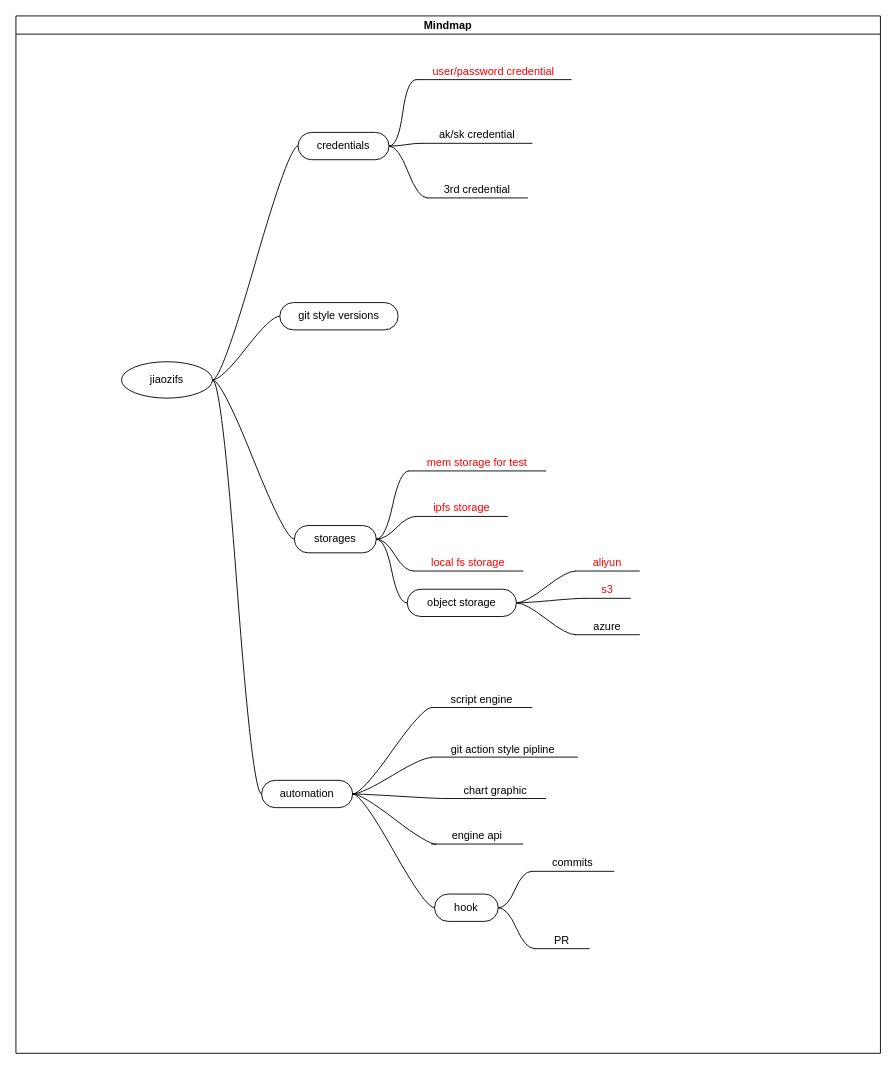
The draw.io diagram jiaozifs_mind.drawio in hunjixin/charts, before the edit. Source tidied: cells renumbered, new cells numbered last; positions are measured from the earlier drawing's top-left corner, leaving out a move shared by most shapes. Both pictures are drawn from the tidied source at 91%, with x=0, y=0 at pixel (15, 15).
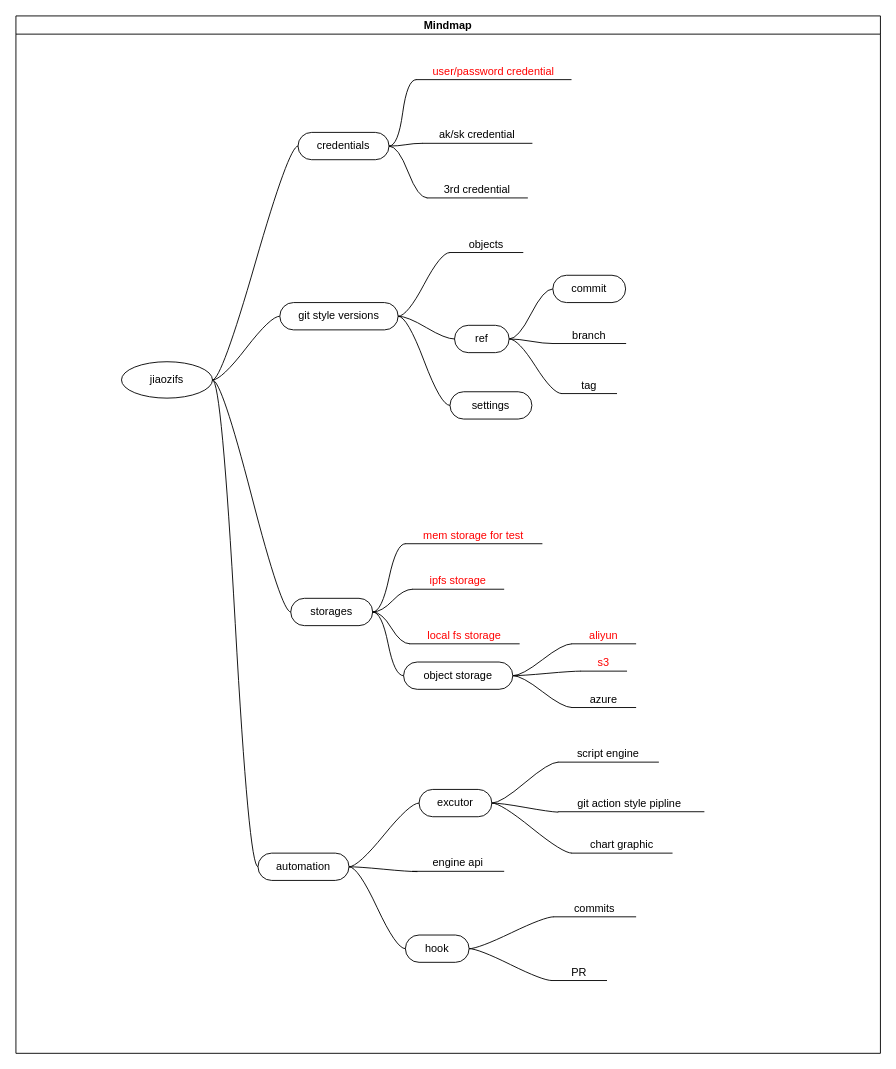
Above is the later version.

The change refers to these unchanged cells:
```xml
<mxCell id="2" value="Mindmap" style="swimlane;startSize=20;horizontal=1;containerType=tree;" parent="1" vertex="1">
  <mxGeometry width="950" height="1140" as="geometry" />
</mxCell>
<mxCell id="10" value="git style versions" style="whiteSpace=wrap;html=1;rounded=1;arcSize=50;align=center;verticalAlign=middle;strokeWidth=1;spacing=4;newEdgeStyle={&quot;edgeStyle&quot;:&quot;entityRelationEdgeStyle&quot;,&quot;startArrow&quot;:&quot;none&quot;,&quot;endArrow&quot;:&quot;none&quot;,&quot;segment&quot;:10,&quot;curved&quot;:1,&quot;sourcePerimeterSpacing&quot;:0,&quot;targetPerimeterSpacing&quot;:0};" parent="2" vertex="1">
  <mxGeometry x="290" y="315" width="130" height="30" as="geometry" />
</mxCell>
```

Diff of the diagram source:
```diff
@@
     <mxCell id="8" value="storages" style="whiteSpace=wrap;html=1;rounded=1;arcSize=50;align=center;verticalAlign=middle;strokeWidth=1;spacing=4;newEdgeStyle={&quot;edgeStyle&quot;:&quot;entityRelationEdgeStyle&quot;,&quot;startArrow&quot;:&quot;none&quot;,&quot;endArrow&quot;:&quot;none&quot;,&quot;segment&quot;:10,&quot;curved&quot;:1,&quot;sourcePerimeterSpacing&quot;:0,&quot;targetPerimeterSpacing&quot;:0};" parent="2" vertex="1">
-      <mxGeometry x="306" y="560" width="90" height="30" as="geometry" />
+      <mxGeometry x="302" y="640" width="90" height="30" as="geometry" />
     </mxCell>
@@
+    <mxCell id="46" style="edgeStyle=entityRelationEdgeStyle;rounded=0;jettySize=auto;html=1;startArrow=none;endArrow=none;segment=10;curved=1;sourcePerimeterSpacing=0;targetPerimeterSpacing=0;exitX=1;exitY=0.5;exitDx=0;exitDy=0;entryX=0;entryY=1;entryDx=0;entryDy=0;" parent="2" edge="1" source="56" target="51">
+      <mxGeometry relative="1" as="geometry" />
+    </mxCell>
+    <mxCell id="47" style="edgeStyle=entityRelationEdgeStyle;rounded=0;jettySize=auto;html=1;startArrow=none;endArrow=none;segment=10;curved=1;sourcePerimeterSpacing=0;targetPerimeterSpacing=0;entryX=0;entryY=1;entryDx=0;entryDy=0;exitX=1;exitY=0.5;exitDx=0;exitDy=0;" parent="2" edge="1" source="56" target="52">
+      <mxGeometry relative="1" as="geometry" />
+    </mxCell>
+    <mxCell id="48" style="edgeStyle=entityRelationEdgeStyle;rounded=0;jettySize=auto;html=1;startArrow=none;endArrow=none;segment=10;curved=1;sourcePerimeterSpacing=0;targetPerimeterSpacing=0;exitX=1;exitY=0.5;exitDx=0;exitDy=0;entryX=0;entryY=1;entryDx=0;entryDy=0;" parent="2" edge="1" source="10" target="53">
+      <mxGeometry relative="1" as="geometry" />
+    </mxCell>
@@
-    <mxCell id="11" style="edgeStyle=entityRelationEdgeStyle;rounded=0;jettySize=auto;html=1;startArrow=none;endArrow=none;segment=10;curved=1;sourcePerimeterSpacing=0;targetPerimeterSpacing=0;exitX=1;exitY=0.5;exitDx=0;exitDy=0;entryX=0;entryY=1;entryDx=0;entryDy=0;" parent="2" edge="1" source="12" target="44">
-      <mxGeometry relative="1" as="geometry" />
-    </mxCell>
     <mxCell id="12" value="automation" style="whiteSpace=wrap;html=1;rounded=1;arcSize=50;align=center;verticalAlign=middle;strokeWidth=1;spacing=4;newEdgeStyle={&quot;edgeStyle&quot;:&quot;entityRelationEdgeStyle&quot;,&quot;startArrow&quot;:&quot;none&quot;,&quot;endArrow&quot;:&quot;none&quot;,&quot;segment&quot;:10,&quot;curved&quot;:1,&quot;sourcePerimeterSpacing&quot;:0,&quot;targetPerimeterSpacing&quot;:0};" parent="2" vertex="1">
-      <mxGeometry x="270" y="840" width="100" height="30" as="geometry" />
+      <mxGeometry x="266" y="920" width="100" height="30" as="geometry" />
     </mxCell>
@@
     <mxCell id="20" value="&lt;font color=&quot;#ff0000&quot;&gt;mem storage for test&lt;/font&gt;" style="whiteSpace=wrap;html=1;shape=partialRectangle;top=0;left=0;bottom=1;right=0;points=[[0,1],[1,1]];fillColor=none;align=center;verticalAlign=bottom;routingCenterY=0.5;snapToPoint=1;newEdgeStyle={&quot;edgeStyle&quot;:&quot;entityRelationEdgeStyle&quot;,&quot;startArrow&quot;:&quot;none&quot;,&quot;endArrow&quot;:&quot;none&quot;,&quot;segment&quot;:10,&quot;curved&quot;:1,&quot;sourcePerimeterSpacing&quot;:0,&quot;targetPerimeterSpacing&quot;:0};" parent="2" vertex="1">
-      <mxGeometry x="432" y="470" width="150" height="30" as="geometry" />
+      <mxGeometry x="428" y="550" width="150" height="30" as="geometry" />
     </mxCell>
@@
     <mxCell id="22" value="&lt;font color=&quot;#ff0000&quot;&gt;local fs storage&lt;/font&gt;" style="whiteSpace=wrap;html=1;shape=partialRectangle;top=0;left=0;bottom=1;right=0;points=[[0,1],[1,1]];fillColor=none;align=center;verticalAlign=bottom;routingCenterY=0.5;snapToPoint=1;newEdgeStyle={&quot;edgeStyle&quot;:&quot;entityRelationEdgeStyle&quot;,&quot;startArrow&quot;:&quot;none&quot;,&quot;endArrow&quot;:&quot;none&quot;,&quot;segment&quot;:10,&quot;curved&quot;:1,&quot;sourcePerimeterSpacing&quot;:0,&quot;targetPerimeterSpacing&quot;:0};" parent="2" vertex="1">
-      <mxGeometry x="437" y="580" width="120" height="30" as="geometry" />
+      <mxGeometry x="433" y="660" width="120" height="30" as="geometry" />
     </mxCell>
@@
     <mxCell id="24" value="&lt;font color=&quot;#ff0000&quot;&gt;aliyun&lt;/font&gt;" style="whiteSpace=wrap;html=1;shape=partialRectangle;top=0;left=0;bottom=1;right=0;points=[[0,1],[1,1]];fillColor=none;align=center;verticalAlign=bottom;routingCenterY=0.5;snapToPoint=1;newEdgeStyle={&quot;edgeStyle&quot;:&quot;entityRelationEdgeStyle&quot;,&quot;startArrow&quot;:&quot;none&quot;,&quot;endArrow&quot;:&quot;none&quot;,&quot;segment&quot;:10,&quot;curved&quot;:1,&quot;sourcePerimeterSpacing&quot;:0,&quot;targetPerimeterSpacing&quot;:0};" parent="2" vertex="1">
-      <mxGeometry x="615" y="580" width="70" height="30" as="geometry" />
+      <mxGeometry x="611" y="660" width="70" height="30" as="geometry" />
     </mxCell>
@@
     <mxCell id="27" value="object storage" style="whiteSpace=wrap;html=1;rounded=1;arcSize=50;align=center;verticalAlign=middle;strokeWidth=1;spacing=4;newEdgeStyle={&quot;edgeStyle&quot;:&quot;entityRelationEdgeStyle&quot;,&quot;startArrow&quot;:&quot;none&quot;,&quot;endArrow&quot;:&quot;none&quot;,&quot;segment&quot;:10,&quot;curved&quot;:1,&quot;sourcePerimeterSpacing&quot;:0,&quot;targetPerimeterSpacing&quot;:0};" parent="2" vertex="1">
-      <mxGeometry x="430" y="630" width="120" height="30" as="geometry" />
+      <mxGeometry x="426" y="710" width="120" height="30" as="geometry" />
     </mxCell>
@@
     <mxCell id="29" value="&lt;font color=&quot;#ff0000&quot;&gt;s3&lt;/font&gt;" style="whiteSpace=wrap;html=1;shape=partialRectangle;top=0;left=0;bottom=1;right=0;points=[[0,1],[1,1]];fillColor=none;align=center;verticalAlign=bottom;routingCenterY=0.5;snapToPoint=1;newEdgeStyle={&quot;edgeStyle&quot;:&quot;entityRelationEdgeStyle&quot;,&quot;startArrow&quot;:&quot;none&quot;,&quot;endArrow&quot;:&quot;none&quot;,&quot;segment&quot;:10,&quot;curved&quot;:1,&quot;sourcePerimeterSpacing&quot;:0,&quot;targetPerimeterSpacing&quot;:0};" parent="2" vertex="1">
-      <mxGeometry x="625" y="610" width="50" height="30" as="geometry" />
+      <mxGeometry x="621" y="690" width="50" height="30" as="geometry" />
     </mxCell>
     <mxCell id="30" value="azure" style="whiteSpace=wrap;html=1;shape=partialRectangle;top=0;left=0;bottom=1;right=0;points=[[0,1],[1,1]];fillColor=none;align=center;verticalAlign=bottom;routingCenterY=0.5;snapToPoint=1;newEdgeStyle={&quot;edgeStyle&quot;:&quot;entityRelationEdgeStyle&quot;,&quot;startArrow&quot;:&quot;none&quot;,&quot;endArrow&quot;:&quot;none&quot;,&quot;segment&quot;:10,&quot;curved&quot;:1,&quot;sourcePerimeterSpacing&quot;:0,&quot;targetPerimeterSpacing&quot;:0};" parent="2" vertex="1">
-      <mxGeometry x="615" y="650" width="70" height="30" as="geometry" />
+      <mxGeometry x="611" y="730" width="70" height="30" as="geometry" />
     </mxCell>
     <mxCell id="31" style="edgeStyle=entityRelationEdgeStyle;rounded=0;jettySize=auto;html=1;startArrow=none;endArrow=none;segment=10;curved=1;sourcePerimeterSpacing=0;targetPerimeterSpacing=0;exitX=1;exitY=0.5;exitDx=0;exitDy=0;entryX=0;entryY=1;entryDx=0;entryDy=0;" parent="2" edge="1" source="27" target="30">
       <mxGeometry relative="1" as="geometry">
         <Array as="points">
-          <mxPoint x="620" y="680" />
+          <mxPoint x="616" y="760" />
         </Array>
       </mxGeometry>
     </mxCell>
     <mxCell id="32" value="script engine" style="whiteSpace=wrap;html=1;shape=partialRectangle;top=0;left=0;bottom=1;right=0;points=[[0,1],[1,1]];fillColor=none;align=center;verticalAlign=bottom;routingCenterY=0.5;snapToPoint=1;newEdgeStyle={&quot;edgeStyle&quot;:&quot;entityRelationEdgeStyle&quot;,&quot;startArrow&quot;:&quot;none&quot;,&quot;endArrow&quot;:&quot;none&quot;,&quot;segment&quot;:10,&quot;curved&quot;:1,&quot;sourcePerimeterSpacing&quot;:0,&quot;targetPerimeterSpacing&quot;:0};" parent="2" vertex="1">
-      <mxGeometry x="457" y="730" width="110" height="30" as="geometry" />
+      <mxGeometry x="596" y="790" width="110" height="30" as="geometry" />
     </mxCell>
-    <mxCell id="33" style="edgeStyle=entityRelationEdgeStyle;startArrow=none;endArrow=none;segment=10;curved=1;sourcePerimeterSpacing=0;targetPerimeterSpacing=0;rounded=0;exitX=1;exitY=0.5;exitDx=0;exitDy=0;" parent="2" edge="1" source="12" target="32">
-      <mxGeometry relative="1" as="geometry" />
-    </mxCell>
     <mxCell id="34" value="engine api" style="whiteSpace=wrap;html=1;shape=partialRectangle;top=0;left=0;bottom=1;right=0;points=[[0,1],[1,1]];fillColor=none;align=center;verticalAlign=bottom;routingCenterY=0.5;snapToPoint=1;newEdgeStyle={&quot;edgeStyle&quot;:&quot;entityRelationEdgeStyle&quot;,&quot;startArrow&quot;:&quot;none&quot;,&quot;endArrow&quot;:&quot;none&quot;,&quot;segment&quot;:10,&quot;curved&quot;:1,&quot;sourcePerimeterSpacing&quot;:0,&quot;targetPerimeterSpacing&quot;:0};" parent="2" vertex="1">
-      <mxGeometry x="457" y="880" width="100" height="30" as="geometry" />
+      <mxGeometry x="436" y="910" width="100" height="30" as="geometry" />
     </mxCell>
@@
     <mxCell id="36" value="hook" style="whiteSpace=wrap;html=1;rounded=1;arcSize=50;align=center;verticalAlign=middle;strokeWidth=1;spacing=4;newEdgeStyle={&quot;edgeStyle&quot;:&quot;entityRelationEdgeStyle&quot;,&quot;startArrow&quot;:&quot;none&quot;,&quot;endArrow&quot;:&quot;none&quot;,&quot;segment&quot;:10,&quot;curved&quot;:1,&quot;sourcePerimeterSpacing&quot;:0,&quot;targetPerimeterSpacing&quot;:0};" parent="2" vertex="1">
-      <mxGeometry x="460" y="965" width="70" height="30" as="geometry" />
+      <mxGeometry x="428" y="1010" width="70" height="30" as="geometry" />
     </mxCell>
@@
     <mxCell id="38" value="commits" style="whiteSpace=wrap;html=1;shape=partialRectangle;top=0;left=0;bottom=1;right=0;points=[[0,1],[1,1]];fillColor=none;align=center;verticalAlign=bottom;routingCenterY=0.5;snapToPoint=1;newEdgeStyle={&quot;edgeStyle&quot;:&quot;entityRelationEdgeStyle&quot;,&quot;startArrow&quot;:&quot;none&quot;,&quot;endArrow&quot;:&quot;none&quot;,&quot;segment&quot;:10,&quot;curved&quot;:1,&quot;sourcePerimeterSpacing&quot;:0,&quot;targetPerimeterSpacing&quot;:0};" parent="2" vertex="1">
-      <mxGeometry x="567" y="910" width="90" height="30" as="geometry" />
+      <mxGeometry x="591" y="960" width="90" height="30" as="geometry" />
     </mxCell>
@@
     <mxCell id="40" value="PR" style="whiteSpace=wrap;html=1;shape=partialRectangle;top=0;left=0;bottom=1;right=0;points=[[0,1],[1,1]];fillColor=none;align=center;verticalAlign=bottom;routingCenterY=0.5;snapToPoint=1;newEdgeStyle={&quot;edgeStyle&quot;:&quot;entityRelationEdgeStyle&quot;,&quot;startArrow&quot;:&quot;none&quot;,&quot;endArrow&quot;:&quot;none&quot;,&quot;segment&quot;:10,&quot;curved&quot;:1,&quot;sourcePerimeterSpacing&quot;:0,&quot;targetPerimeterSpacing&quot;:0};" parent="2" vertex="1">
-      <mxGeometry x="570" y="995" width="60" height="30" as="geometry" />
+      <mxGeometry x="589" y="1030" width="60" height="30" as="geometry" />
     </mxCell>
@@
     <mxCell id="42" value="git action style pipline&amp;nbsp;" style="whiteSpace=wrap;html=1;shape=partialRectangle;top=0;left=0;bottom=1;right=0;points=[[0,1],[1,1]];fillColor=none;align=center;verticalAlign=bottom;routingCenterY=0.5;snapToPoint=1;newEdgeStyle={&quot;edgeStyle&quot;:&quot;entityRelationEdgeStyle&quot;,&quot;startArrow&quot;:&quot;none&quot;,&quot;endArrow&quot;:&quot;none&quot;,&quot;segment&quot;:10,&quot;curved&quot;:1,&quot;sourcePerimeterSpacing&quot;:0,&quot;targetPerimeterSpacing&quot;:0};" parent="2" vertex="1">
-      <mxGeometry x="457" y="784.5" width="160" height="30" as="geometry" />
+      <mxGeometry x="596" y="844.5" width="160" height="30" as="geometry" />
     </mxCell>
-    <mxCell id="43" style="edgeStyle=entityRelationEdgeStyle;startArrow=none;endArrow=none;segment=10;curved=1;sourcePerimeterSpacing=0;targetPerimeterSpacing=0;rounded=0;exitX=1;exitY=0.5;exitDx=0;exitDy=0;" parent="2" edge="1" source="12" target="42">
-      <mxGeometry relative="1" as="geometry" />
-    </mxCell>
     <mxCell id="44" value="chart graphic" style="whiteSpace=wrap;html=1;shape=partialRectangle;top=0;left=0;bottom=1;right=0;points=[[0,1],[1,1]];fillColor=none;align=center;verticalAlign=bottom;routingCenterY=0.5;snapToPoint=1;newEdgeStyle={&quot;edgeStyle&quot;:&quot;entityRelationEdgeStyle&quot;,&quot;startArrow&quot;:&quot;none&quot;,&quot;endArrow&quot;:&quot;none&quot;,&quot;segment&quot;:10,&quot;curved&quot;:1,&quot;sourcePerimeterSpacing&quot;:0,&quot;targetPerimeterSpacing&quot;:0};" parent="2" vertex="1">
-      <mxGeometry x="472" y="830" width="110" height="30" as="geometry" />
+      <mxGeometry x="611" y="890" width="110" height="30" as="geometry" />
     </mxCell>
     <mxCell id="45" value="&lt;font color=&quot;#ff0000&quot;&gt;ipfs storage&lt;/font&gt;" style="whiteSpace=wrap;html=1;shape=partialRectangle;top=0;left=0;bottom=1;right=0;points=[[0,1],[1,1]];fillColor=none;align=center;verticalAlign=bottom;routingCenterY=0.5;snapToPoint=1;newEdgeStyle={&quot;edgeStyle&quot;:&quot;entityRelationEdgeStyle&quot;,&quot;startArrow&quot;:&quot;none&quot;,&quot;endArrow&quot;:&quot;none&quot;,&quot;segment&quot;:10,&quot;curved&quot;:1,&quot;sourcePerimeterSpacing&quot;:0,&quot;targetPerimeterSpacing&quot;:0};" parent="2" vertex="1">
-      <mxGeometry x="440" y="520" width="100" height="30" as="geometry" />
+      <mxGeometry x="436" y="600" width="100" height="30" as="geometry" />
     </mxCell>
+    <mxCell id="49" value="excutor" style="whiteSpace=wrap;html=1;rounded=1;arcSize=50;align=center;verticalAlign=middle;strokeWidth=1;spacing=4;newEdgeStyle={&quot;edgeStyle&quot;:&quot;entityRelationEdgeStyle&quot;,&quot;startArrow&quot;:&quot;none&quot;,&quot;endArrow&quot;:&quot;none&quot;,&quot;segment&quot;:10,&quot;curved&quot;:1,&quot;sourcePerimeterSpacing&quot;:0,&quot;targetPerimeterSpacing&quot;:0};" parent="2" vertex="1">
+      <mxGeometry x="443" y="850" width="80" height="30" as="geometry" />
+    </mxCell>
+    <mxCell id="50" style="edgeStyle=entityRelationEdgeStyle;startArrow=none;endArrow=none;segment=10;curved=1;sourcePerimeterSpacing=0;targetPerimeterSpacing=0;rounded=0;exitX=1;exitY=0.5;exitDx=0;exitDy=0;" parent="2" edge="1" source="12" target="49">
+      <mxGeometry relative="1" as="geometry" />
+    </mxCell>
+    <mxCell id="33" style="edgeStyle=entityRelationEdgeStyle;startArrow=none;endArrow=none;segment=10;curved=1;sourcePerimeterSpacing=0;targetPerimeterSpacing=0;rounded=0;exitX=1;exitY=0.5;exitDx=0;exitDy=0;" parent="2" edge="1" source="49" target="32">
+      <mxGeometry relative="1" as="geometry" />
+    </mxCell>
+    <mxCell id="43" style="edgeStyle=entityRelationEdgeStyle;startArrow=none;endArrow=none;segment=10;curved=1;sourcePerimeterSpacing=0;targetPerimeterSpacing=0;rounded=0;exitX=1;exitY=0.5;exitDx=0;exitDy=0;" parent="2" edge="1" source="49" target="42">
+      <mxGeometry relative="1" as="geometry" />
+    </mxCell>
+    <mxCell id="11" style="edgeStyle=entityRelationEdgeStyle;rounded=0;jettySize=auto;html=1;startArrow=none;endArrow=none;segment=10;curved=1;sourcePerimeterSpacing=0;targetPerimeterSpacing=0;exitX=1;exitY=0.5;exitDx=0;exitDy=0;entryX=0;entryY=1;entryDx=0;entryDy=0;" parent="2" edge="1" source="49" target="44">
+      <mxGeometry relative="1" as="geometry" />
+    </mxCell>
+    <mxCell id="51" value="branch" style="whiteSpace=wrap;html=1;shape=partialRectangle;top=0;left=0;bottom=1;right=0;points=[[0,1],[1,1]];fillColor=none;align=center;verticalAlign=bottom;routingCenterY=0.5;snapToPoint=1;newEdgeStyle={&quot;edgeStyle&quot;:&quot;entityRelationEdgeStyle&quot;,&quot;startArrow&quot;:&quot;none&quot;,&quot;endArrow&quot;:&quot;none&quot;,&quot;segment&quot;:10,&quot;curved&quot;:1,&quot;sourcePerimeterSpacing&quot;:0,&quot;targetPerimeterSpacing&quot;:0};" parent="2" vertex="1">
+      <mxGeometry x="590" y="330" width="80" height="30" as="geometry" />
+    </mxCell>
+    <mxCell id="52" value="tag" style="whiteSpace=wrap;html=1;shape=partialRectangle;top=0;left=0;bottom=1;right=0;points=[[0,1],[1,1]];fillColor=none;align=center;verticalAlign=bottom;routingCenterY=0.5;snapToPoint=1;newEdgeStyle={&quot;edgeStyle&quot;:&quot;entityRelationEdgeStyle&quot;,&quot;startArrow&quot;:&quot;none&quot;,&quot;endArrow&quot;:&quot;none&quot;,&quot;segment&quot;:10,&quot;curved&quot;:1,&quot;sourcePerimeterSpacing&quot;:0,&quot;targetPerimeterSpacing&quot;:0};" parent="2" vertex="1">
+      <mxGeometry x="600" y="385" width="60" height="30" as="geometry" />
+    </mxCell>
+    <mxCell id="53" value="objects" style="whiteSpace=wrap;html=1;shape=partialRectangle;top=0;left=0;bottom=1;right=0;points=[[0,1],[1,1]];fillColor=none;align=center;verticalAlign=bottom;routingCenterY=0.5;snapToPoint=1;newEdgeStyle={&quot;edgeStyle&quot;:&quot;entityRelationEdgeStyle&quot;,&quot;startArrow&quot;:&quot;none&quot;,&quot;endArrow&quot;:&quot;none&quot;,&quot;segment&quot;:10,&quot;curved&quot;:1,&quot;sourcePerimeterSpacing&quot;:0,&quot;targetPerimeterSpacing&quot;:0};" parent="2" vertex="1">
+      <mxGeometry x="477" y="230" width="80" height="30" as="geometry" />
+    </mxCell>
+    <mxCell id="54" value="commit" style="whiteSpace=wrap;html=1;rounded=1;arcSize=50;align=center;verticalAlign=middle;strokeWidth=1;spacing=4;newEdgeStyle={&quot;edgeStyle&quot;:&quot;entityRelationEdgeStyle&quot;,&quot;startArrow&quot;:&quot;none&quot;,&quot;endArrow&quot;:&quot;none&quot;,&quot;segment&quot;:10,&quot;curved&quot;:1,&quot;sourcePerimeterSpacing&quot;:0,&quot;targetPerimeterSpacing&quot;:0};" parent="2" vertex="1">
+      <mxGeometry x="590" y="285" width="80" height="30" as="geometry" />
+    </mxCell>
+    <mxCell id="55" style="edgeStyle=entityRelationEdgeStyle;startArrow=none;endArrow=none;segment=10;curved=1;sourcePerimeterSpacing=0;targetPerimeterSpacing=0;rounded=0;exitX=1;exitY=0.5;exitDx=0;exitDy=0;" parent="2" edge="1" source="56" target="54">
+      <mxGeometry relative="1" as="geometry" />
+    </mxCell>
+    <mxCell id="56" value="ref" style="whiteSpace=wrap;html=1;rounded=1;arcSize=50;align=center;verticalAlign=middle;strokeWidth=1;spacing=4;newEdgeStyle={&quot;edgeStyle&quot;:&quot;entityRelationEdgeStyle&quot;,&quot;startArrow&quot;:&quot;none&quot;,&quot;endArrow&quot;:&quot;none&quot;,&quot;segment&quot;:10,&quot;curved&quot;:1,&quot;sourcePerimeterSpacing&quot;:0,&quot;targetPerimeterSpacing&quot;:0};" parent="2" vertex="1">
+      <mxGeometry x="482" y="340" width="60" height="30" as="geometry" />
+    </mxCell>
+    <mxCell id="57" style="edgeStyle=entityRelationEdgeStyle;startArrow=none;endArrow=none;segment=10;curved=1;sourcePerimeterSpacing=0;targetPerimeterSpacing=0;rounded=0;exitX=1;exitY=0.5;exitDx=0;exitDy=0;" parent="2" edge="1" source="10" target="56">
+      <mxGeometry relative="1" as="geometry" />
+    </mxCell>
+    <mxCell id="58" value="settings" style="whiteSpace=wrap;html=1;rounded=1;arcSize=50;align=center;verticalAlign=middle;strokeWidth=1;spacing=4;newEdgeStyle={&quot;edgeStyle&quot;:&quot;entityRelationEdgeStyle&quot;,&quot;startArrow&quot;:&quot;none&quot;,&quot;endArrow&quot;:&quot;none&quot;,&quot;segment&quot;:10,&quot;curved&quot;:1,&quot;sourcePerimeterSpacing&quot;:0,&quot;targetPerimeterSpacing&quot;:0};" parent="2" vertex="1">
+      <mxGeometry x="477" y="413" width="90" height="30" as="geometry" />
+    </mxCell>
+    <mxCell id="59" style="edgeStyle=entityRelationEdgeStyle;startArrow=none;endArrow=none;segment=10;curved=1;sourcePerimeterSpacing=0;targetPerimeterSpacing=0;rounded=0;exitX=1;exitY=0.5;exitDx=0;exitDy=0;" parent="2" edge="1" source="10" target="58">
+      <mxGeometry relative="1" as="geometry" />
+    </mxCell>
```
